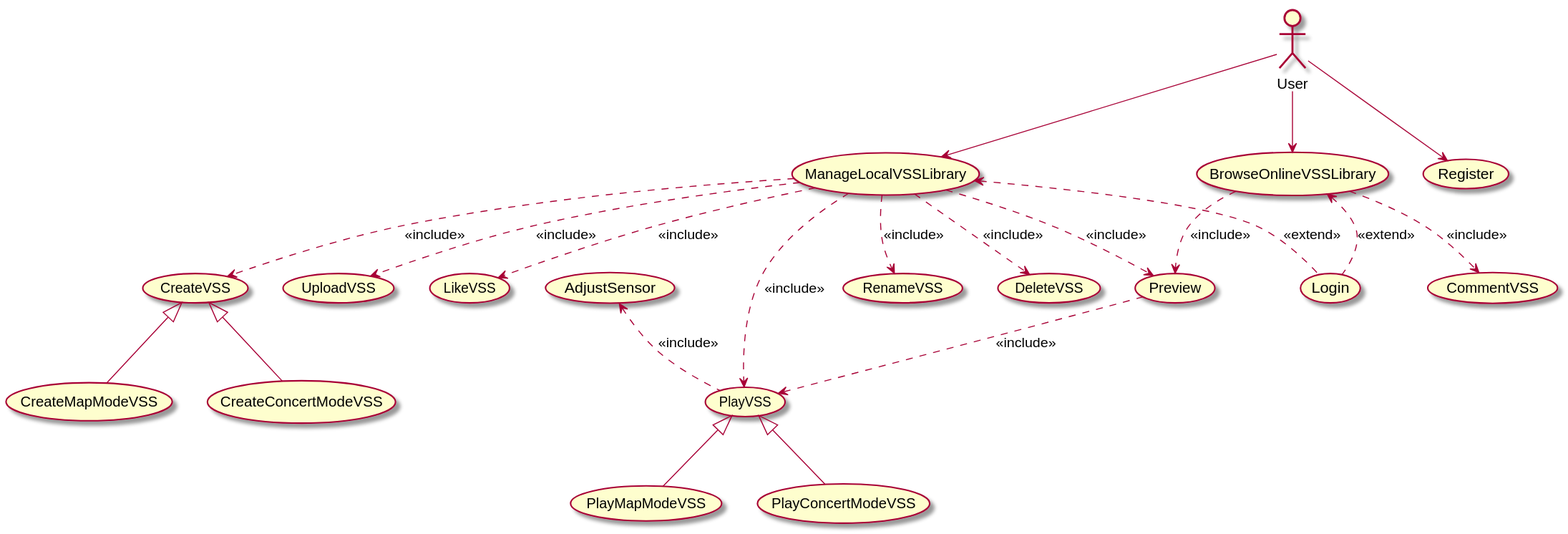
Before: 需求定义和分析/软件需求规约.svg, a diagram exported from PlantUML (kpp19920121/doc). Its diagram source:
```plantuml
@startuml
(ManageLocalVSSLibrary) <.. (Login): <<extend>>
(BrowseOnlineVSSLibrary) <.. (Login): <<extend>>

User --> (Register)
User --> (ManageLocalVSSLibrary)
User --> (BrowseOnlineVSSLibrary)

(ManageLocalVSSLibrary) ..> (CreateVSS): <<include>>
(CreateVSS) <|-- (CreateMapModeVSS)
(CreateVSS) <|-- (CreateConcertModeVSS)
(ManageLocalVSSLibrary) ..> (RenameVSS): <<include>>
(ManageLocalVSSLibrary) ..> (DeleteVSS): <<include>>
(ManageLocalVSSLibrary) ..> (UploadVSS): <<include>>
(ManageLocalVSSLibrary) ..> (LikeVSS): <<include>>
(ManageLocalVSSLibrary) ..> (PlayVSS): <<include>>
(PlayVSS) <|-- (PlayMapModeVSS)
(PlayVSS) <|-- (PlayConcertModeVSS)
(BrowseOnlineVSSLibrary) ..> (CommentVSS): <<include>>

(AdjustSensor) <.. (PlayVSS): <<include>>

(ManageLocalVSSLibrary) ..> (Preview): <<include>>
(BrowseOnlineVSSLibrary) ..> (Preview): <<include>>

(Preview) ..> (PlayVSS): <<include>>

@enduml
```
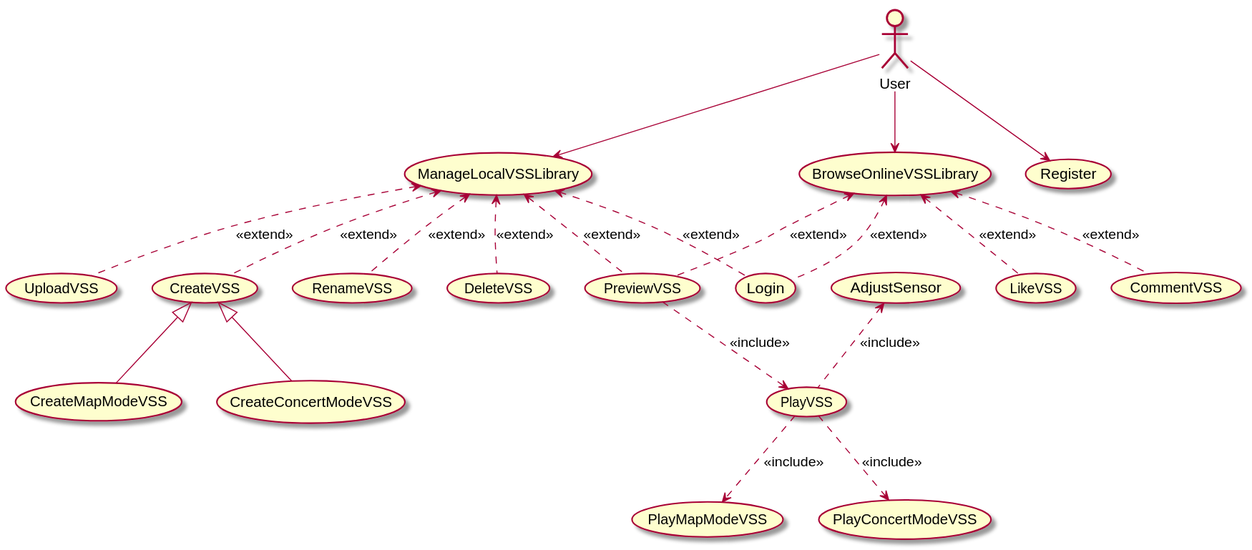
Above is the later version.

Diff of the diagram source:
```diff
@@ -6,23 +6,22 @@
 User --> (ManageLocalVSSLibrary)
 User --> (BrowseOnlineVSSLibrary)
 
-(ManageLocalVSSLibrary) ..> (CreateVSS): <<include>>
+(ManageLocalVSSLibrary) <.. (CreateVSS): <<extend>>
 (CreateVSS) <|-- (CreateMapModeVSS)
 (CreateVSS) <|-- (CreateConcertModeVSS)
-(ManageLocalVSSLibrary) ..> (RenameVSS): <<include>>
-(ManageLocalVSSLibrary) ..> (DeleteVSS): <<include>>
-(ManageLocalVSSLibrary) ..> (UploadVSS): <<include>>
-(ManageLocalVSSLibrary) ..> (LikeVSS): <<include>>
-(ManageLocalVSSLibrary) ..> (PlayVSS): <<include>>
-(PlayVSS) <|-- (PlayMapModeVSS)
-(PlayVSS) <|-- (PlayConcertModeVSS)
-(BrowseOnlineVSSLibrary) ..> (CommentVSS): <<include>>
+(ManageLocalVSSLibrary) <.. (RenameVSS): <<extend>>
+(ManageLocalVSSLibrary) <.. (DeleteVSS): <<extend>>
+(ManageLocalVSSLibrary) <.. (UploadVSS): <<extend>>
+(BrowseOnlineVSSLibrary) <.. (LikeVSS): <<extend>>
+(PlayVSS) ..> (PlayMapModeVSS): <<include>>
+(PlayVSS) ..> (PlayConcertModeVSS): <<include>>
+(BrowseOnlineVSSLibrary) <.. (CommentVSS): <<extend>>
 
 (AdjustSensor) <.. (PlayVSS): <<include>>
 
-(ManageLocalVSSLibrary) ..> (Preview): <<include>>
-(BrowseOnlineVSSLibrary) ..> (Preview): <<include>>
+(ManageLocalVSSLibrary) <.. (PreviewVSS): <<extend>>
+(BrowseOnlineVSSLibrary) <.. (PreviewVSS): <<extend>>
 
-(Preview) ..> (PlayVSS): <<include>>
+(PreviewVSS) ..> (PlayVSS): <<include>>
 
 @enduml
```
